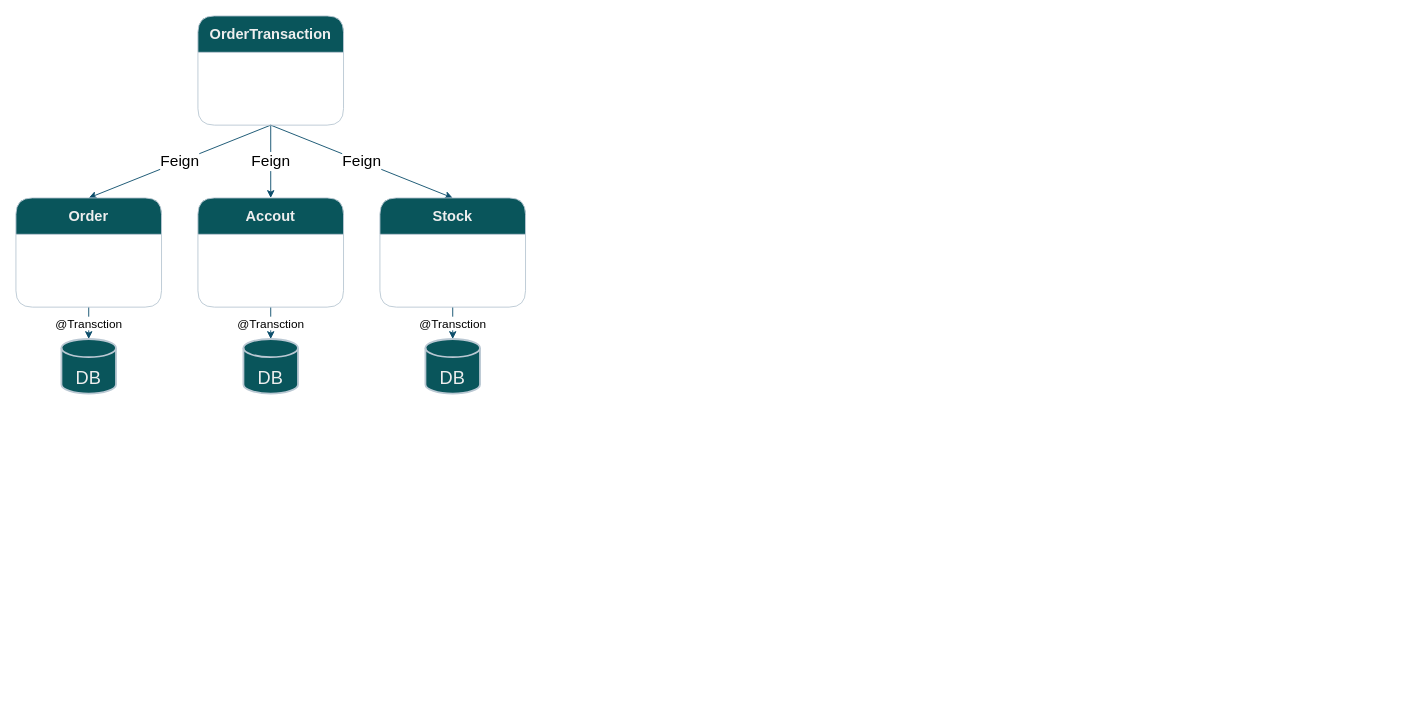
Earlier version of the draw.io diagram 分布式事务.drawio (Allen9797/WorkZone). Source tidied: cells renumbered, new cells numbered last; positions are measured from the earlier drawing's top-left corner, leaving out a move shared by most shapes. Both pictures are drawn from the tidied source at 91%, with x=0, y=0 at pixel (15, 15).
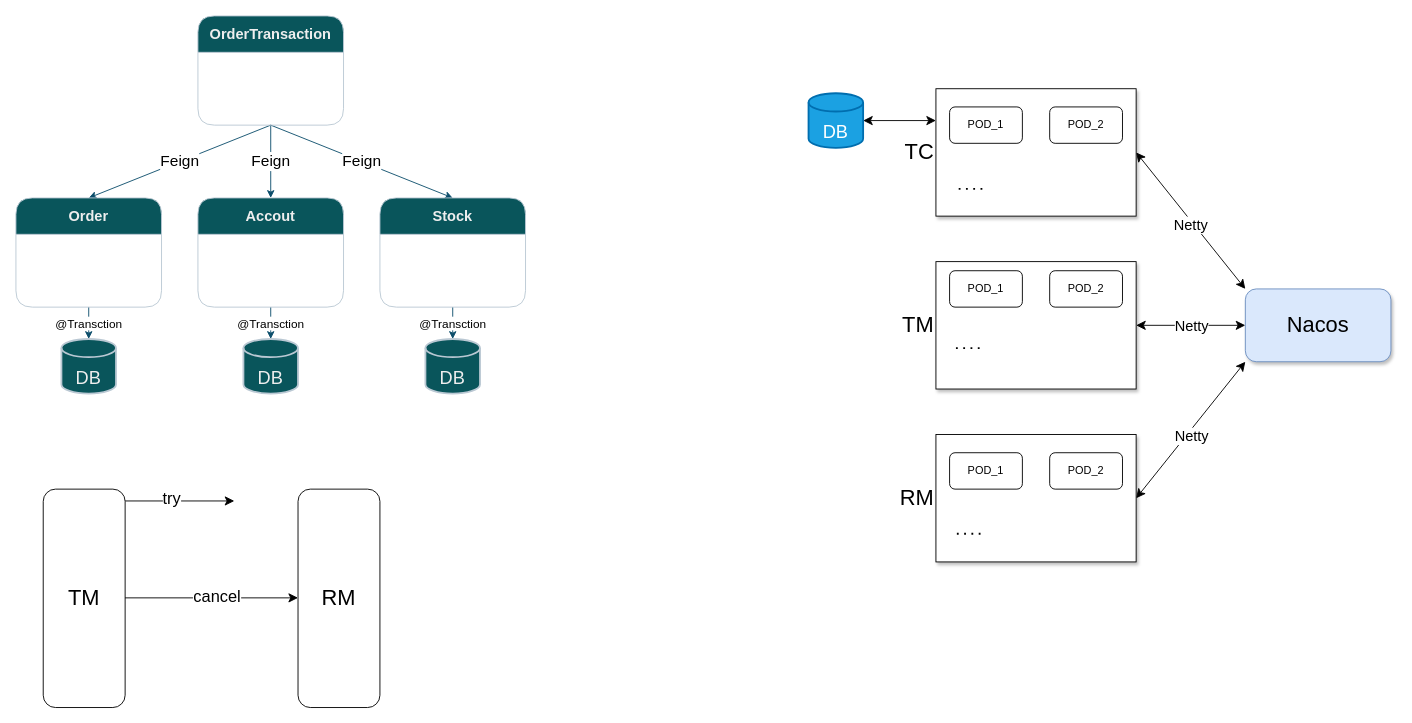
Above is the later version.

Commit message:
更新分布式事务.drawio

Change to the diagram source:
```diff
@@
+    <mxCell id="15" style="rounded=0;jettySize=auto;html=1;exitX=1;exitY=0.5;exitDx=0;exitDy=0;entryX=0;entryY=0;entryDx=0;entryDy=0;strokeColor=default;startArrow=classic;startFill=1;endSize=8;startSize=8;" parent="1" edge="1" source="17" target="30">
+      <mxGeometry relative="1" as="geometry" />
+    </mxCell>
+    <mxCell id="16" value="Netty" style="edgeLabel;html=1;align=center;verticalAlign=middle;fontSize=16;" parent="15" vertex="1">
+      <mxGeometry x="-0.2" y="3" relative="1" as="geometry">
+        <mxPoint x="9" y="21" as="offset" />
+      </mxGeometry>
+    </mxCell>
+    <mxCell id="17" value="TC" style="rounded=0;whiteSpace=wrap;html=1;horizontal=1;labelPosition=left;verticalLabelPosition=middle;align=right;verticalAlign=middle;fontSize=24;shadow=1;" parent="1" vertex="1">
+      <mxGeometry x="1011" y="80" width="220" height="140" as="geometry" />
+    </mxCell>
+    <mxCell id="18" style="edgeStyle=orthogonalEdgeStyle;rounded=0;jettySize=auto;html=1;exitX=1;exitY=0.5;exitDx=0;exitDy=0;entryX=0;entryY=0.5;entryDx=0;entryDy=0;startArrow=classic;startFill=1;endSize=8;startSize=8;" parent="1" edge="1" source="20" target="30">
+      <mxGeometry relative="1" as="geometry" />
+    </mxCell>
+    <mxCell id="19" value="&lt;font style=&quot;font-size: 16px;&quot;&gt;Netty&lt;/font&gt;" style="edgeLabel;html=1;align=center;verticalAlign=middle;" parent="18" vertex="1">
+      <mxGeometry x="0.22" y="3" relative="1" as="geometry">
+        <mxPoint x="-13" y="3" as="offset" />
+      </mxGeometry>
+    </mxCell>
+    <mxCell id="20" value="TM" style="rounded=0;whiteSpace=wrap;html=1;horizontal=1;labelPosition=left;verticalLabelPosition=middle;align=right;verticalAlign=middle;fontSize=24;shadow=1;" parent="1" vertex="1">
+      <mxGeometry x="1011" y="270" width="220" height="140" as="geometry" />
+    </mxCell>
+    <mxCell id="21" value="POD_1" style="rounded=1;whiteSpace=wrap;html=1;" parent="1" vertex="1">
+      <mxGeometry x="1026" y="100" width="80" height="40" as="geometry" />
+    </mxCell>
+    <mxCell id="22" value="POD_2" style="rounded=1;whiteSpace=wrap;html=1;" parent="1" vertex="1">
+      <mxGeometry x="1136" y="100" width="80" height="40" as="geometry" />
+    </mxCell>
+    <mxCell id="23" value="POD_1" style="rounded=1;whiteSpace=wrap;html=1;" parent="1" vertex="1">
+      <mxGeometry x="1026" y="280" width="80" height="40" as="geometry" />
+    </mxCell>
+    <mxCell id="24" value="POD_2" style="rounded=1;whiteSpace=wrap;html=1;" parent="1" vertex="1">
+      <mxGeometry x="1136" y="280" width="80" height="40" as="geometry" />
+    </mxCell>
+    <mxCell id="25" style="rounded=0;jettySize=auto;html=1;exitX=1;exitY=0.5;exitDx=0;exitDy=0;entryX=0;entryY=1;entryDx=0;entryDy=0;startArrow=classic;startFill=1;endSize=8;startSize=8;" parent="1" edge="1" source="27" target="30">
+      <mxGeometry relative="1" as="geometry" />
+    </mxCell>
+    <mxCell id="26" value="Netty" style="edgeLabel;html=1;align=center;verticalAlign=middle;fontSize=16;" parent="25" vertex="1">
+      <mxGeometry x="0.24" y="-1" relative="1" as="geometry">
+        <mxPoint x="-15" y="24" as="offset" />
+      </mxGeometry>
+    </mxCell>
+    <mxCell id="27" value="RM" style="rounded=0;whiteSpace=wrap;html=1;horizontal=1;labelPosition=left;verticalLabelPosition=middle;align=right;verticalAlign=middle;fontSize=24;shadow=1;" parent="1" vertex="1">
+      <mxGeometry x="1011" y="460" width="220" height="140" as="geometry" />
+    </mxCell>
+    <mxCell id="28" value="POD_1" style="rounded=1;whiteSpace=wrap;html=1;" parent="1" vertex="1">
+      <mxGeometry x="1026" y="480" width="80" height="40" as="geometry" />
+    </mxCell>
+    <mxCell id="29" value="POD_2" style="rounded=1;whiteSpace=wrap;html=1;" parent="1" vertex="1">
+      <mxGeometry x="1136" y="480" width="80" height="40" as="geometry" />
+    </mxCell>
+    <mxCell id="30" value="Nacos" style="rounded=1;whiteSpace=wrap;html=1;fontSize=24;fillColor=#dae8fc;strokeColor=#6c8ebf;shadow=1;" parent="1" vertex="1">
+      <mxGeometry x="1351" y="300" width="160" height="80" as="geometry" />
+    </mxCell>
+    <mxCell id="31" style="endArrow=none;dashed=1;html=1;dashPattern=1 3;strokeWidth=2;rounded=0;" parent="1" edge="1">
+      <mxGeometry relative="1" as="geometry">
+        <mxPoint x="1036" y="190" as="sourcePoint" />
+        <mxPoint x="1066" y="190" as="targetPoint" />
+      </mxGeometry>
+    </mxCell>
+    <mxCell id="32" style="endArrow=none;dashed=1;html=1;dashPattern=1 3;strokeWidth=2;rounded=0;" parent="1" edge="1">
+      <mxGeometry relative="1" as="geometry">
+        <mxPoint x="1033" y="365" as="sourcePoint" />
+        <mxPoint x="1063" y="365" as="targetPoint" />
+      </mxGeometry>
+    </mxCell>
+    <mxCell id="33" style="endArrow=none;dashed=1;html=1;dashPattern=1 3;strokeWidth=2;rounded=0;" parent="1" edge="1">
+      <mxGeometry relative="1" as="geometry">
+        <mxPoint x="1034" y="569" as="sourcePoint" />
+        <mxPoint x="1064" y="569" as="targetPoint" />
+      </mxGeometry>
+    </mxCell>
+    <mxCell id="34" style="edgeStyle=none;shape=connector;rounded=0;jettySize=auto;html=1;exitX=1;exitY=0.5;exitDx=0;exitDy=0;exitPerimeter=0;entryX=0;entryY=0.25;entryDx=0;entryDy=0;labelBackgroundColor=default;strokeColor=default;fontFamily=Helvetica;fontSize=11;fontColor=default;startArrow=classic;startFill=1;endArrow=classic;startSize=8;endSize=8;" parent="1" edge="1" source="35" target="17">
+      <mxGeometry relative="1" as="geometry" />
+    </mxCell>
+    <mxCell id="35" value="&lt;br&gt;DB" style="strokeWidth=2;html=1;shape=mxgraph.flowchart.database;whiteSpace=wrap;strokeColor=#006EAF;fontColor=#ffffff;fillColor=#1ba1e2;fontSize=20;" parent="1" vertex="1">
+      <mxGeometry x="871" y="85" width="60" height="60" as="geometry" />
+    </mxCell>
+    <mxCell id="36" style="edgeStyle=none;shape=connector;rounded=0;orthogonalLoop=1;jettySize=auto;html=1;exitX=1;exitY=0;exitDx=0;exitDy=0;labelBackgroundColor=default;strokeColor=default;fontFamily=Helvetica;fontSize=11;fontColor=default;startArrow=none;startFill=0;endArrow=classic;startSize=8;endSize=8;" parent="1" edge="1">
+      <mxGeometry relative="1" as="geometry">
+        <mxPoint x="120" y="533" as="sourcePoint" />
+        <mxPoint x="240" y="533" as="targetPoint" />
+      </mxGeometry>
+    </mxCell>
+    <mxCell id="37" value="try" style="edgeLabel;html=1;align=center;verticalAlign=middle;fontSize=18;fontFamily=Helvetica;fontColor=default;" parent="36" vertex="1">
+      <mxGeometry x="0.8" y="1" relative="1" as="geometry">
+        <mxPoint x="-58" y="-2" as="offset" />
+      </mxGeometry>
+    </mxCell>
+    <mxCell id="38" value="TM" style="rounded=1;whiteSpace=wrap;html=1;fontSize=24;" parent="1" vertex="1">
+      <mxGeometry x="30" y="520" width="90" height="240" as="geometry" />
+    </mxCell>
+    <mxCell id="39" value="RM" style="rounded=1;whiteSpace=wrap;html=1;fontSize=24;" parent="1" vertex="1">
+      <mxGeometry x="310" y="520" width="90" height="240" as="geometry" />
+    </mxCell>
+    <mxCell id="40" style="edgeStyle=none;shape=connector;rounded=0;orthogonalLoop=1;jettySize=auto;html=1;exitX=1;exitY=0;exitDx=0;exitDy=0;entryX=0;entryY=0;entryDx=0;entryDy=0;labelBackgroundColor=default;strokeColor=default;fontFamily=Helvetica;fontSize=11;fontColor=default;startArrow=none;startFill=0;endArrow=classic;startSize=8;endSize=8;" parent="1" edge="1">
+      <mxGeometry relative="1" as="geometry">
+        <mxPoint x="120" y="639.5" as="sourcePoint" />
+        <mxPoint x="310" y="639.5" as="targetPoint" />
+      </mxGeometry>
+    </mxCell>
+    <mxCell id="41" value="cancel" style="edgeLabel;html=1;align=center;verticalAlign=middle;fontSize=18;fontFamily=Helvetica;fontColor=default;" parent="40" vertex="1">
+      <mxGeometry x="0.8" y="1" relative="1" as="geometry">
+        <mxPoint x="-71" as="offset" />
+      </mxGeometry>
+    </mxCell>
```
